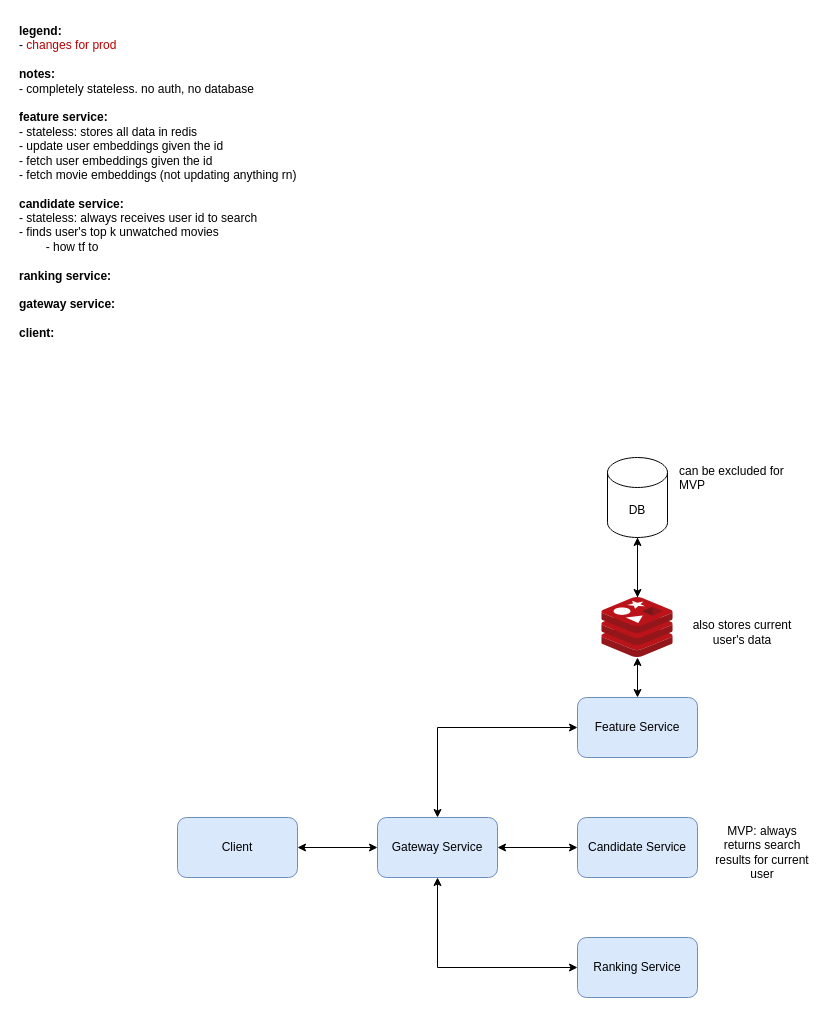
This is docs/mvp-microservices.drawio from AshkanArabim/movie-recommender, a draw.io file, before an edit. Source tidied: cells renumbered, new cells numbered last; positions are measured from the earlier drawing's top-left corner, leaving out a move shared by most shapes. Both pictures are drawn from the tidied source at 100%, with x=0, y=0 at pixel (17, 17).
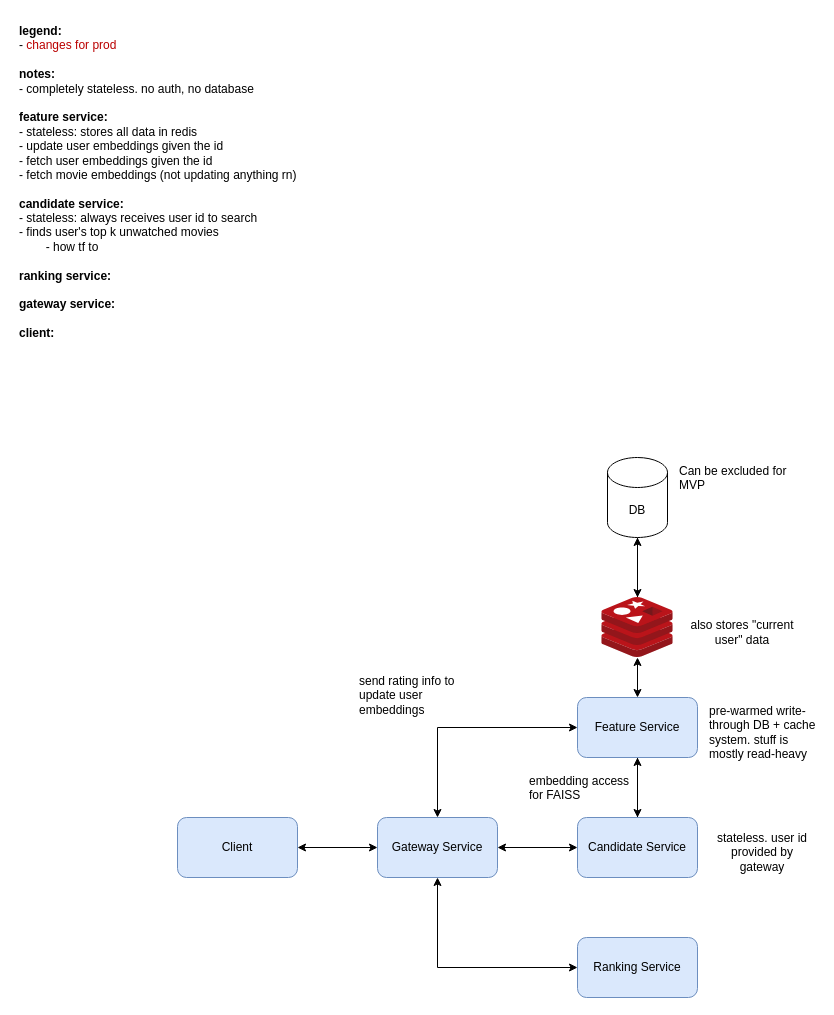
After the change.

Unchanged cells that the change refers to:
```xml
<mxCell id="4" value="Feature Service" style="rounded=1;whiteSpace=wrap;html=1;fillColor=#dae8fc;strokeColor=#6c8ebf;" parent="1" vertex="1">
  <mxGeometry x="560" y="680" width="120" height="60" as="geometry" />
</mxCell>
<mxCell id="6" value="Candidate Service" style="rounded=1;whiteSpace=wrap;html=1;fillColor=#dae8fc;strokeColor=#6c8ebf;" parent="1" vertex="1">
  <mxGeometry x="560" y="800" width="120" height="60" as="geometry" />
</mxCell>
```

What changed in the source:
```diff
@@
+    <mxCell id="20" style="edgeStyle=orthogonalEdgeStyle;rounded=0;jettySize=auto;html=1;" parent="1" edge="1" source="4" target="6">
+      <mxGeometry relative="1" as="geometry" />
+    </mxCell>
@@
+    <mxCell id="21" style="edgeStyle=orthogonalEdgeStyle;rounded=0;jettySize=auto;html=1;" parent="1" edge="1" source="6" target="4">
+      <mxGeometry relative="1" as="geometry" />
+    </mxCell>
@@
-    <mxCell id="14" value="also stores current user's data" style="text;html=1;whiteSpace=wrap;strokeColor=none;fillColor=none;align=center;verticalAlign=middle;rounded=0;" parent="1" vertex="1">
+    <mxCell id="14" value="also stores &quot;current user&quot; data" style="text;html=1;whiteSpace=wrap;strokeColor=none;fillColor=none;align=center;verticalAlign=middle;rounded=0;" parent="1" vertex="1">
       <mxGeometry x="670" y="580" width="110" height="70" as="geometry" />
     </mxCell>
@@
-    <mxCell id="16" value="MVP: always returns search results for current user" style="text;html=1;whiteSpace=wrap;strokeColor=none;fillColor=none;align=center;verticalAlign=middle;rounded=0;" parent="1" vertex="1">
+    <mxCell id="16" value="stateless. user id provided by gateway" style="text;html=1;whiteSpace=wrap;strokeColor=none;fillColor=none;align=center;verticalAlign=middle;rounded=0;" parent="1" vertex="1">
       <mxGeometry x="690" y="800" width="110" height="70" as="geometry" />
     </mxCell>
@@
-    <mxCell id="19" value="can be excluded for MVP" style="text;html=1;whiteSpace=wrap;strokeColor=none;fillColor=none;align=left;verticalAlign=top;rounded=0;" parent="1" vertex="1">
-      <mxGeometry x="660" y="440" width="110" height="70" as="geometry" />
+    <mxCell id="19" value="pre-warmed write-through DB + cache system. stuff is mostly read-heavy" style="text;html=1;whiteSpace=wrap;strokeColor=none;fillColor=none;align=left;verticalAlign=top;rounded=0;" parent="1" vertex="1">
+      <mxGeometry x="690" y="680" width="110" height="70" as="geometry" />
     </mxCell>
+    <mxCell id="22" value="Can be excluded for MVP" style="text;html=1;whiteSpace=wrap;strokeColor=none;fillColor=none;align=left;verticalAlign=top;rounded=0;" parent="1" vertex="1">
+      <mxGeometry x="660" y="440" width="110" height="70" as="geometry" />
+    </mxCell>
+    <mxCell id="23" value="send rating info to update user embeddings" style="text;html=1;whiteSpace=wrap;strokeColor=none;fillColor=none;align=left;verticalAlign=top;rounded=0;" parent="1" vertex="1">
+      <mxGeometry x="340" y="650" width="110" height="70" as="geometry" />
+    </mxCell>
+    <mxCell id="24" value="embedding access for FAISS" style="text;html=1;whiteSpace=wrap;strokeColor=none;fillColor=none;align=left;verticalAlign=top;rounded=0;" parent="1" vertex="1">
+      <mxGeometry x="510" y="750" width="110" height="40" as="geometry" />
+    </mxCell>
```
